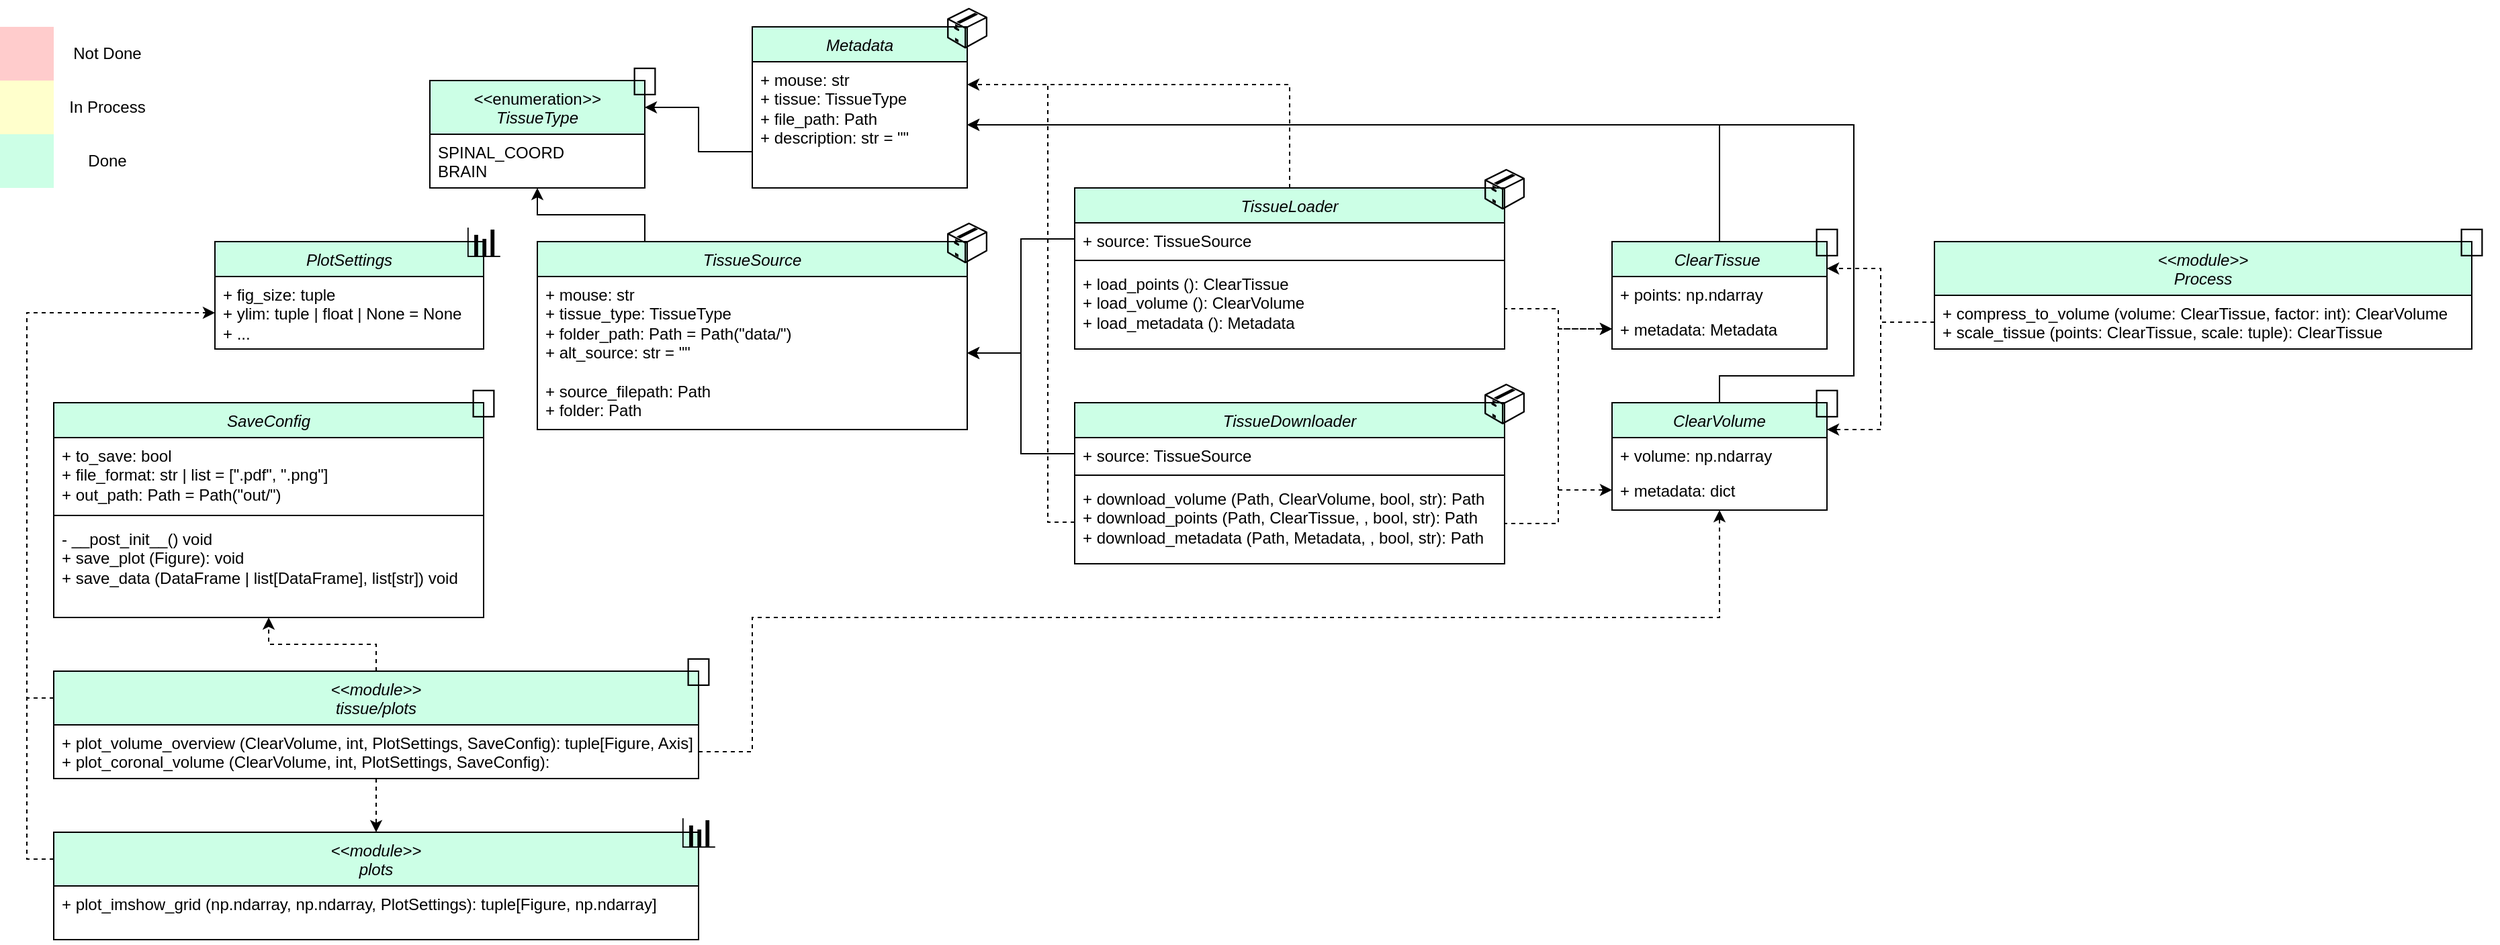
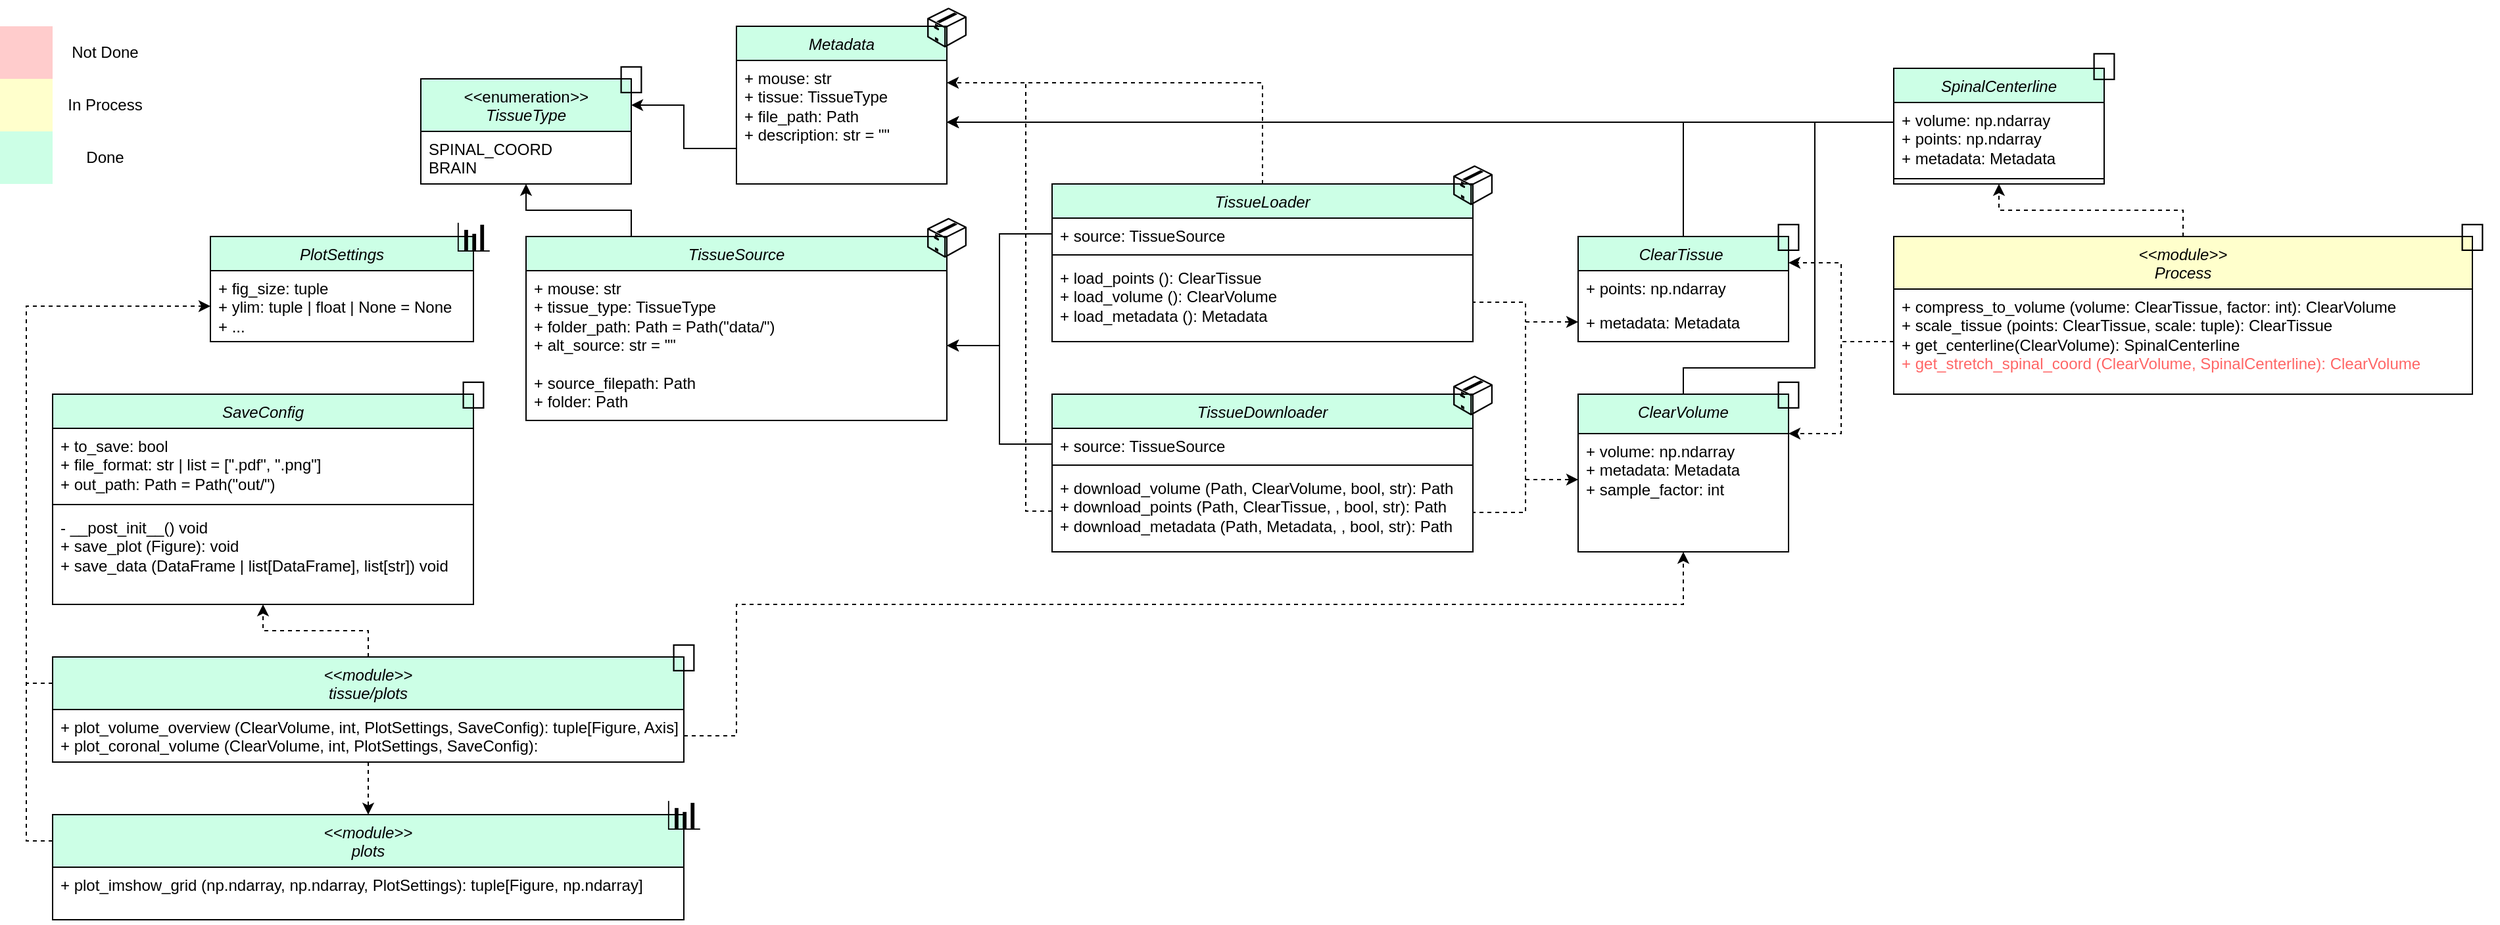
<mxfile host="Electron" agent="Mozilla/5.0 (Macintosh; Intel Mac OS X 10_15_7) AppleWebKit/537.36 (KHTML, like Gecko) draw.io/29.6.1 Chrome/142.0.7444.265 Electron/39.8.0 Safari/537.36" version="29.6.1">
  <diagram id="C5RBs43oDa-KdzZeNtuy" name="Page-1">
-     <mxGraphModel dx="3002" dy="1339" grid="1" gridSize="10" guides="1" tooltips="1" connect="1" arrows="1" fold="1" page="1" pageScale="1" pageWidth="827" pageHeight="1169" math="0" shadow="0">
+     <mxGraphModel dx="2893" dy="1272" grid="1" gridSize="10" guides="1" tooltips="1" connect="1" arrows="1" fold="1" page="1" pageScale="1" pageWidth="827" pageHeight="1169" background="#FFFFFF" math="0" shadow="0">
      <root>
        <mxCell id="WIyWlLk6GJQsqaUBKTNV-0" />
        <mxCell id="WIyWlLk6GJQsqaUBKTNV-1" parent="WIyWlLk6GJQsqaUBKTNV-0" />
+         <mxCell id="VM2PziwSYxVi0D9SSNG6-13" parent="WIyWlLk6GJQsqaUBKTNV-1" style="swimlane;fontStyle=1;align=center;verticalAlign=top;childLayout=stackLayout;horizontal=1;startSize=30;horizontalStack=0;resizeParent=1;resizeParentMax=0;resizeLast=0;collapsible=1;marginBottom=0;whiteSpace=wrap;html=1;fillColor=light-dark(#CCFFE6,#1F2F1E);" value="&lt;div&gt;&lt;span style=&quot;font-weight: 400;&quot;&gt;&lt;i&gt;ClearVolume&lt;/i&gt;&lt;/span&gt;&lt;/div&gt;" vertex="1">
+           <mxGeometry height="120" width="160" x="400" y="320" as="geometry" />
+         </mxCell>
+         <mxCell id="VM2PziwSYxVi0D9SSNG6-14" parent="VM2PziwSYxVi0D9SSNG6-13" style="text;strokeColor=none;fillColor=none;align=left;verticalAlign=top;spacingLeft=4;spacingRight=4;overflow=hidden;rotatable=0;points=[[0,0.5],[1,0.5]];portConstraint=eastwest;whiteSpace=wrap;html=1;" value="+ volume: np.ndarray&lt;div&gt;+ metadata: Metadata&lt;/div&gt;&lt;div&gt;&lt;font style=&quot;color: rgb(0, 0, 0);&quot;&gt;+ sample_factor: int&lt;/font&gt;&lt;/div&gt;" vertex="1">
+           <mxGeometry height="90" width="160" y="30" as="geometry" />
+         </mxCell>
        <mxCell id="9kSy1MCf90ZuvKtcXz_z-16" parent="WIyWlLk6GJQsqaUBKTNV-1" style="swimlane;fontStyle=1;align=center;verticalAlign=top;childLayout=stackLayout;horizontal=1;startSize=26;horizontalStack=0;resizeParent=1;resizeParentMax=0;resizeLast=0;collapsible=1;marginBottom=0;whiteSpace=wrap;html=1;fillColor=#CCFFE6;" value="&lt;i style=&quot;font-weight: normal;&quot;&gt;TissueDownloader&lt;/i&gt;" vertex="1">
          <mxGeometry height="120" width="320" y="320" as="geometry" />
        </mxCell>
        <mxCell id="9kSy1MCf90ZuvKtcXz_z-17" parent="9kSy1MCf90ZuvKtcXz_z-16" style="text;strokeColor=none;fillColor=none;align=left;verticalAlign=top;spacingLeft=4;spacingRight=4;overflow=hidden;rotatable=0;points=[[0,0.5],[1,0.5]];portConstraint=eastwest;whiteSpace=wrap;html=1;" value="+ source: TissueSource" vertex="1">
          <mxGeometry height="24" width="320" y="26" as="geometry" />
        </mxCell>
        <mxCell id="9kSy1MCf90ZuvKtcXz_z-18" parent="9kSy1MCf90ZuvKtcXz_z-16" style="line;strokeWidth=1;fillColor=none;align=left;verticalAlign=middle;spacingTop=-1;spacingLeft=3;spacingRight=3;rotatable=0;labelPosition=right;points=[];portConstraint=eastwest;strokeColor=inherit;" value="" vertex="1">
          <mxGeometry height="8" width="320" y="50" as="geometry" />
        </mxCell>
        <mxCell id="9kSy1MCf90ZuvKtcXz_z-59" edge="1" parent="9kSy1MCf90ZuvKtcXz_z-16" source="9kSy1MCf90ZuvKtcXz_z-19" style="edgeStyle=orthogonalEdgeStyle;rounded=0;orthogonalLoop=1;jettySize=auto;html=1;exitX=0;exitY=0.5;exitDx=0;exitDy=0;endArrow=none;endFill=0;dashed=1;">
          <mxGeometry relative="1" as="geometry">
            <mxPoint x="-20" y="-237" as="targetPoint" />
          </mxGeometry>
        </mxCell>
        <mxCell id="9kSy1MCf90ZuvKtcXz_z-19" parent="9kSy1MCf90ZuvKtcXz_z-16" style="text;strokeColor=none;fillColor=none;align=left;verticalAlign=top;spacingLeft=4;spacingRight=4;overflow=hidden;rotatable=0;points=[[0,0.5],[1,0.5]];portConstraint=eastwest;whiteSpace=wrap;html=1;" value="&lt;div&gt;&lt;span style=&quot;background-color: transparent; color: light-dark(rgb(0, 0, 0), rgb(255, 255, 255));&quot;&gt;+ download_volume (Path, ClearVolume, bool, str): Path&lt;/span&gt;&lt;/div&gt;&lt;div&gt;+ download_points (Path, ClearTissue,&amp;nbsp;&lt;span style=&quot;background-color: transparent; color: light-dark(rgb(0, 0, 0), rgb(255, 255, 255));&quot;&gt;, bool, str&lt;/span&gt;&lt;span style=&quot;background-color: transparent; color: light-dark(rgb(0, 0, 0), rgb(255, 255, 255));&quot;&gt;): Path&lt;/span&gt;&lt;/div&gt;&lt;div&gt;+ download_metadata (Path, Metadata,&amp;nbsp;&lt;span style=&quot;color: light-dark(rgb(0, 0, 0), rgb(255, 255, 255)); background-color: transparent;&quot;&gt;, bool, str&lt;/span&gt;&lt;span style=&quot;color: light-dark(rgb(0, 0, 0), rgb(255, 255, 255)); background-color: transparent;&quot;&gt;): Path&lt;/span&gt;&lt;span style=&quot;background-color: transparent; color: light-dark(rgb(0, 0, 0), rgb(255, 255, 255));&quot;&gt;&lt;/span&gt;&lt;/div&gt;" vertex="1">
          <mxGeometry height="62" width="320" y="58" as="geometry" />
        </mxCell>
        <mxCell id="9kSy1MCf90ZuvKtcXz_z-25" edge="1" parent="WIyWlLk6GJQsqaUBKTNV-1" source="9kSy1MCf90ZuvKtcXz_z-7" style="edgeStyle=orthogonalEdgeStyle;rounded=0;orthogonalLoop=1;jettySize=auto;html=1;exitX=0;exitY=0.25;exitDx=0;exitDy=0;entryX=0;entryY=0.5;entryDx=0;entryDy=0;dashed=1;" target="KJ-KwieZcmjA-HbrrtZJ-34">
          <mxGeometry relative="1" as="geometry" />
        </mxCell>
        <mxCell id="9kSy1MCf90ZuvKtcXz_z-7" parent="WIyWlLk6GJQsqaUBKTNV-1" style="swimlane;fontStyle=1;align=center;verticalAlign=top;childLayout=stackLayout;horizontal=1;startSize=40;horizontalStack=0;resizeParent=1;resizeParentMax=0;resizeLast=0;collapsible=1;marginBottom=0;whiteSpace=wrap;html=1;fillColor=#CCFFE6;" value="&lt;div&gt;&lt;i style=&quot;font-weight: normal;&quot;&gt;&amp;lt;&amp;lt;module&amp;gt;&amp;gt;&lt;/i&gt;&lt;i style=&quot;font-weight: normal;&quot;&gt;&lt;/i&gt;&lt;/div&gt;&lt;i style=&quot;font-weight: normal;&quot;&gt;plots&lt;/i&gt;" vertex="1">
          <mxGeometry height="80" width="480" x="-760" y="640" as="geometry" />
        </mxCell>
        <mxCell id="9kSy1MCf90ZuvKtcXz_z-8" parent="9kSy1MCf90ZuvKtcXz_z-7" style="text;strokeColor=none;fillColor=none;align=left;verticalAlign=top;spacingLeft=4;spacingRight=4;overflow=hidden;rotatable=0;points=[[0,0.5],[1,0.5]];portConstraint=eastwest;whiteSpace=wrap;html=1;" value="+ plot_imshow_grid (np.ndarray, np.ndarray, PlotSettings): tuple[Figure, np.ndarray]" vertex="1">
          <mxGeometry height="40" width="480" y="40" as="geometry" />
        </mxCell>
        <mxCell id="9kSy1MCf90ZuvKtcXz_z-2" parent="WIyWlLk6GJQsqaUBKTNV-1" style="swimlane;fontStyle=1;align=center;verticalAlign=top;childLayout=stackLayout;horizontal=1;startSize=26;horizontalStack=0;resizeParent=1;resizeParentMax=0;resizeLast=0;collapsible=1;marginBottom=0;whiteSpace=wrap;html=1;fillColor=#CCFFE6;" value="&lt;i style=&quot;font-weight: normal;&quot;&gt;SaveConfig&lt;/i&gt;" vertex="1">
          <mxGeometry height="160" width="320" x="-760" y="320" as="geometry" />
        </mxCell>
        <mxCell id="9kSy1MCf90ZuvKtcXz_z-3" parent="9kSy1MCf90ZuvKtcXz_z-2" style="text;strokeColor=none;fillColor=none;align=left;verticalAlign=top;spacingLeft=4;spacingRight=4;overflow=hidden;rotatable=0;points=[[0,0.5],[1,0.5]];portConstraint=eastwest;whiteSpace=wrap;html=1;" value="+ to_save&lt;span style=&quot;color: light-dark(rgb(0, 0, 0), rgb(255, 255, 255)); background-color: transparent;&quot;&gt;: bool&lt;/span&gt;&lt;div&gt;+ file_format: str | list = [&quot;.pdf&quot;, &quot;.png&quot;]&lt;/div&gt;&lt;div&gt;+ out_path: Path = Path(&quot;out/&quot;)&lt;/div&gt;" vertex="1">
          <mxGeometry height="54" width="320" y="26" as="geometry" />
        </mxCell>
        <mxCell id="9kSy1MCf90ZuvKtcXz_z-4" parent="9kSy1MCf90ZuvKtcXz_z-2" style="line;strokeWidth=1;fillColor=none;align=left;verticalAlign=middle;spacingTop=-1;spacingLeft=3;spacingRight=3;rotatable=0;labelPosition=right;points=[];portConstraint=eastwest;strokeColor=inherit;" value="" vertex="1">
          <mxGeometry height="8" width="320" y="80" as="geometry" />
        </mxCell>
        <mxCell id="9kSy1MCf90ZuvKtcXz_z-5" parent="9kSy1MCf90ZuvKtcXz_z-2" style="text;strokeColor=none;fillColor=none;align=left;verticalAlign=top;spacingLeft=4;spacingRight=4;overflow=hidden;rotatable=0;points=[[0,0.5],[1,0.5]];portConstraint=eastwest;whiteSpace=wrap;html=1;" value="&lt;div&gt;- __post_init__() void&lt;/div&gt;+ save_plot (Figure): void&lt;div&gt;+ save_data (DataFrame | list[DataFrame], list[str]) void&lt;/div&gt;" vertex="1">
          <mxGeometry height="72" width="320" y="88" as="geometry" />
        </mxCell>
        <mxCell id="9kSy1MCf90ZuvKtcXz_z-50" edge="1" parent="WIyWlLk6GJQsqaUBKTNV-1" source="zkfFHV4jXpPFQw0GAbJ--0" style="edgeStyle=orthogonalEdgeStyle;rounded=0;orthogonalLoop=1;jettySize=auto;html=1;exitX=0.5;exitY=0;exitDx=0;exitDy=0;entryX=1;entryY=0.5;entryDx=0;entryDy=0;" target="KJ-KwieZcmjA-HbrrtZJ-59">
          <mxGeometry relative="1" as="geometry" />
        </mxCell>
        <mxCell id="zkfFHV4jXpPFQw0GAbJ--0" parent="WIyWlLk6GJQsqaUBKTNV-1" style="swimlane;fontStyle=2;align=center;verticalAlign=top;childLayout=stackLayout;horizontal=1;startSize=26;horizontalStack=0;resizeParent=1;resizeLast=0;collapsible=1;marginBottom=0;rounded=0;shadow=0;strokeWidth=1;fillColor=#CCFFE6;" value="ClearTissue " vertex="1">
          <mxGeometry height="80" width="160" x="400" y="200" as="geometry">
            <mxRectangle height="26" width="160" x="360" y="40" as="alternateBounds" />
          </mxGeometry>
        </mxCell>
        <mxCell id="zkfFHV4jXpPFQw0GAbJ--1" parent="zkfFHV4jXpPFQw0GAbJ--0" style="text;align=left;verticalAlign=top;spacingLeft=4;spacingRight=4;overflow=hidden;rotatable=0;points=[[0,0.5],[1,0.5]];portConstraint=eastwest;" value="+ points: np.ndarray" vertex="1">
          <mxGeometry height="26" width="160" y="26" as="geometry" />
        </mxCell>
        <mxCell id="zkfFHV4jXpPFQw0GAbJ--2" parent="zkfFHV4jXpPFQw0GAbJ--0" style="text;align=left;verticalAlign=top;spacingLeft=4;spacingRight=4;overflow=hidden;rotatable=0;points=[[0,0.5],[1,0.5]];portConstraint=eastwest;rounded=0;shadow=0;html=0;" value="+ metadata: Metadata" vertex="1">
          <mxGeometry height="26" width="160" y="52" as="geometry" />
        </mxCell>
        <mxCell id="9kSy1MCf90ZuvKtcXz_z-58" edge="1" parent="WIyWlLk6GJQsqaUBKTNV-1" source="KJ-KwieZcmjA-HbrrtZJ-0" style="edgeStyle=orthogonalEdgeStyle;rounded=0;orthogonalLoop=1;jettySize=auto;html=1;exitX=0.5;exitY=0;exitDx=0;exitDy=0;entryX=1;entryY=0.5;entryDx=0;entryDy=0;dashed=1;">
          <mxGeometry relative="1" as="geometry">
            <Array as="points">
              <mxPoint x="160" y="83" />
            </Array>
            <mxPoint x="160" y="130" as="sourcePoint" />
            <mxPoint x="-80" y="83" as="targetPoint" />
          </mxGeometry>
        </mxCell>
        <mxCell id="KJ-KwieZcmjA-HbrrtZJ-0" parent="WIyWlLk6GJQsqaUBKTNV-1" style="swimlane;fontStyle=1;align=center;verticalAlign=top;childLayout=stackLayout;horizontal=1;startSize=26;horizontalStack=0;resizeParent=1;resizeParentMax=0;resizeLast=0;collapsible=1;marginBottom=0;whiteSpace=wrap;html=1;fillColor=#CCFFE6;" value="&lt;i style=&quot;font-weight: normal;&quot;&gt;TissueLoader&lt;/i&gt;" vertex="1">
          <mxGeometry height="120" width="320" y="160" as="geometry" />
        </mxCell>
        <mxCell id="KJ-KwieZcmjA-HbrrtZJ-1" parent="KJ-KwieZcmjA-HbrrtZJ-0" style="text;strokeColor=none;fillColor=none;align=left;verticalAlign=top;spacingLeft=4;spacingRight=4;overflow=hidden;rotatable=0;points=[[0,0.5],[1,0.5]];portConstraint=eastwest;whiteSpace=wrap;html=1;" value="&lt;div&gt;+ source: TissueSource&lt;/div&gt;" vertex="1">
          <mxGeometry height="24" width="320" y="26" as="geometry" />
        </mxCell>
        <mxCell id="KJ-KwieZcmjA-HbrrtZJ-2" parent="KJ-KwieZcmjA-HbrrtZJ-0" style="line;strokeWidth=1;fillColor=none;align=left;verticalAlign=middle;spacingTop=-1;spacingLeft=3;spacingRight=3;rotatable=0;labelPosition=right;points=[];portConstraint=eastwest;strokeColor=inherit;" value="" vertex="1">
          <mxGeometry height="8" width="320" y="50" as="geometry" />
        </mxCell>
        <mxCell id="KJ-KwieZcmjA-HbrrtZJ-3" parent="KJ-KwieZcmjA-HbrrtZJ-0" style="text;strokeColor=none;fillColor=none;align=left;verticalAlign=top;spacingLeft=4;spacingRight=4;overflow=hidden;rotatable=0;points=[[0,0.5],[1,0.5]];portConstraint=eastwest;whiteSpace=wrap;html=1;" value="&lt;div&gt;&lt;span style=&quot;background-color: transparent; color: light-dark(rgb(0, 0, 0), rgb(255, 255, 255));&quot;&gt;+ load_points (): ClearTissue&lt;/span&gt;&lt;/div&gt;&lt;div&gt;&lt;span style=&quot;background-color: transparent;&quot;&gt;&lt;font style=&quot;color: light-dark(rgb(0, 0, 0), rgb(255, 255, 255));&quot;&gt;+ load_volume (): ClearVolume&lt;/font&gt;&lt;/span&gt;&lt;/div&gt;&lt;div&gt;&lt;span style=&quot;background-color: transparent;&quot;&gt;&lt;font style=&quot;color: light-dark(rgb(0, 0, 0), rgb(255, 255, 255));&quot;&gt;+ load_metadata (): Metadata&lt;/font&gt;&lt;/span&gt;&lt;/div&gt;" vertex="1">
          <mxGeometry height="62" width="320" y="58" as="geometry" />
        </mxCell>
-         <mxCell id="9kSy1MCf90ZuvKtcXz_z-61" edge="1" parent="WIyWlLk6GJQsqaUBKTNV-1" source="KJ-KwieZcmjA-HbrrtZJ-16" style="edgeStyle=orthogonalEdgeStyle;rounded=0;orthogonalLoop=1;jettySize=auto;html=1;exitX=0.5;exitY=0;exitDx=0;exitDy=0;entryX=1;entryY=0.5;entryDx=0;entryDy=0;" target="KJ-KwieZcmjA-HbrrtZJ-59">
+         <mxCell id="9kSy1MCf90ZuvKtcXz_z-61" edge="1" parent="WIyWlLk6GJQsqaUBKTNV-1" style="edgeStyle=orthogonalEdgeStyle;rounded=0;orthogonalLoop=1;jettySize=auto;html=1;exitX=0.5;exitY=0;exitDx=0;exitDy=0;entryX=1;entryY=0.5;entryDx=0;entryDy=0;" target="KJ-KwieZcmjA-HbrrtZJ-59">
          <mxGeometry relative="1" as="geometry">
            <Array as="points">
              <mxPoint x="480" y="300" />
              <mxPoint x="580" y="300" />
              <mxPoint x="580" y="113" />
            </Array>
-           </mxGeometry>
-         </mxCell>
-         <mxCell id="KJ-KwieZcmjA-HbrrtZJ-16" parent="WIyWlLk6GJQsqaUBKTNV-1" style="swimlane;fontStyle=2;align=center;verticalAlign=top;childLayout=stackLayout;horizontal=1;startSize=26;horizontalStack=0;resizeParent=1;resizeLast=0;collapsible=1;marginBottom=0;rounded=0;shadow=0;strokeWidth=1;fillColor=light-dark(#ccffe6, #1f2f1e);" value="ClearVolume" vertex="1">
-           <mxGeometry height="80" width="160" x="400" y="320" as="geometry">
-             <mxRectangle height="26" width="160" x="360" y="40" as="alternateBounds" />
-           </mxGeometry>
-         </mxCell>
-         <mxCell id="KJ-KwieZcmjA-HbrrtZJ-17" parent="KJ-KwieZcmjA-HbrrtZJ-16" style="text;align=left;verticalAlign=top;spacingLeft=4;spacingRight=4;overflow=hidden;rotatable=0;points=[[0,0.5],[1,0.5]];portConstraint=eastwest;" value="+ volume: np.ndarray" vertex="1">
-           <mxGeometry height="26" width="160" y="26" as="geometry" />
-         </mxCell>
-         <mxCell id="KJ-KwieZcmjA-HbrrtZJ-18" parent="KJ-KwieZcmjA-HbrrtZJ-16" style="text;align=left;verticalAlign=top;spacingLeft=4;spacingRight=4;overflow=hidden;rotatable=0;points=[[0,0.5],[1,0.5]];portConstraint=eastwest;rounded=0;shadow=0;html=0;" value="+ metadata: dict" vertex="1">
-           <mxGeometry height="26" width="160" y="52" as="geometry" />
-         </mxCell>
-         <mxCell id="KJ-KwieZcmjA-HbrrtZJ-23" parent="WIyWlLk6GJQsqaUBKTNV-1" style="swimlane;fontStyle=1;align=center;verticalAlign=top;childLayout=stackLayout;horizontal=1;startSize=40;horizontalStack=0;resizeParent=1;resizeParentMax=0;resizeLast=0;collapsible=1;marginBottom=0;whiteSpace=wrap;html=1;fillColor=light-dark(#ccffe6, #1f2f1e);" value="&lt;div&gt;&lt;i style=&quot;font-weight: normal;&quot;&gt;&amp;lt;&amp;lt;module&amp;gt;&amp;gt;&lt;/i&gt;&lt;/div&gt;&lt;i style=&quot;font-weight: normal;&quot;&gt;Process&lt;/i&gt;" vertex="1">
-           <mxGeometry height="80" width="400" x="640" y="200" as="geometry" />
-         </mxCell>
-         <mxCell id="KJ-KwieZcmjA-HbrrtZJ-26" parent="KJ-KwieZcmjA-HbrrtZJ-23" style="text;strokeColor=none;fillColor=none;align=left;verticalAlign=top;spacingLeft=4;spacingRight=4;overflow=hidden;rotatable=0;points=[[0,0.5],[1,0.5]];portConstraint=eastwest;whiteSpace=wrap;html=1;" value="+ compress_to_volume (volume: ClearTissue, factor: int): ClearVolume&lt;div&gt;+ scale_tissue (points: ClearTissue, scale: tuple): ClearTissue&lt;/div&gt;" vertex="1">
-           <mxGeometry height="40" width="400" y="40" as="geometry" />
+             <mxPoint x="480" y="320" as="sourcePoint" />
+           </mxGeometry>
+         </mxCell>
+         <mxCell id="VM2PziwSYxVi0D9SSNG6-10" edge="1" parent="WIyWlLk6GJQsqaUBKTNV-1" source="KJ-KwieZcmjA-HbrrtZJ-23" style="edgeStyle=orthogonalEdgeStyle;rounded=0;orthogonalLoop=1;jettySize=auto;html=1;exitX=0.5;exitY=0;exitDx=0;exitDy=0;entryX=0.5;entryY=1;entryDx=0;entryDy=0;dashed=1;" target="VM2PziwSYxVi0D9SSNG6-5">
+           <mxGeometry relative="1" as="geometry" />
+         </mxCell>
+         <mxCell id="KJ-KwieZcmjA-HbrrtZJ-23" parent="WIyWlLk6GJQsqaUBKTNV-1" style="swimlane;fontStyle=1;align=center;verticalAlign=top;childLayout=stackLayout;horizontal=1;startSize=40;horizontalStack=0;resizeParent=1;resizeParentMax=0;resizeLast=0;collapsible=1;marginBottom=0;whiteSpace=wrap;html=1;fillColor=light-dark(#FFFFCC,#1F2F1E);" value="&lt;div&gt;&lt;i style=&quot;font-weight: normal;&quot;&gt;&amp;lt;&amp;lt;module&amp;gt;&amp;gt;&lt;/i&gt;&lt;/div&gt;&lt;i style=&quot;font-weight: normal;&quot;&gt;Process&lt;/i&gt;" vertex="1">
+           <mxGeometry height="120" width="440" x="640" y="200" as="geometry" />
+         </mxCell>
+         <mxCell id="KJ-KwieZcmjA-HbrrtZJ-26" parent="KJ-KwieZcmjA-HbrrtZJ-23" style="text;strokeColor=none;fillColor=none;align=left;verticalAlign=top;spacingLeft=4;spacingRight=4;overflow=hidden;rotatable=0;points=[[0,0.5],[1,0.5]];portConstraint=eastwest;whiteSpace=wrap;html=1;" value="+ compress_to_volume (volume: ClearTissue, factor: int): ClearVolume&lt;div&gt;+ scale_tissue (points: ClearTissue, scale: tuple): ClearTissue&lt;/div&gt;&lt;div&gt;&lt;font style=&quot;color: rgb(0, 0, 0);&quot;&gt;+ get_centerline(ClearVolume):&amp;nbsp;&lt;span style=&quot;background-color: transparent; text-align: center;&quot;&gt;SpinalCenterline&lt;/span&gt;&lt;/font&gt;&lt;/div&gt;&lt;div&gt;&lt;font style=&quot;color: rgb(255, 102, 102);&quot;&gt;&lt;span style=&quot;background-color: transparent; text-align: center;&quot;&gt;+ get_stretch_spinal_coord (ClearVolume, SpinalCenterline): ClearVolume&lt;/span&gt;&lt;/font&gt;&lt;/div&gt;" vertex="1">
+           <mxGeometry height="80" width="440" y="40" as="geometry" />
        </mxCell>
        <mxCell id="KJ-KwieZcmjA-HbrrtZJ-27" edge="1" parent="WIyWlLk6GJQsqaUBKTNV-1" source="KJ-KwieZcmjA-HbrrtZJ-26" style="edgeStyle=orthogonalEdgeStyle;rounded=0;orthogonalLoop=1;jettySize=auto;html=1;exitX=0;exitY=0.5;exitDx=0;exitDy=0;entryX=1;entryY=0.25;entryDx=0;entryDy=0;dashed=1;" target="zkfFHV4jXpPFQw0GAbJ--0">
          <mxGeometry relative="1" as="geometry" />
        </mxCell>
-         <mxCell id="KJ-KwieZcmjA-HbrrtZJ-28" edge="1" parent="WIyWlLk6GJQsqaUBKTNV-1" source="KJ-KwieZcmjA-HbrrtZJ-26" style="edgeStyle=orthogonalEdgeStyle;rounded=0;orthogonalLoop=1;jettySize=auto;html=1;exitX=0;exitY=0.5;exitDx=0;exitDy=0;entryX=1;entryY=0.25;entryDx=0;entryDy=0;dashed=1;" target="KJ-KwieZcmjA-HbrrtZJ-16">
-           <mxGeometry relative="1" as="geometry" />
+         <mxCell id="KJ-KwieZcmjA-HbrrtZJ-28" edge="1" parent="WIyWlLk6GJQsqaUBKTNV-1" source="KJ-KwieZcmjA-HbrrtZJ-26" style="edgeStyle=orthogonalEdgeStyle;rounded=0;orthogonalLoop=1;jettySize=auto;html=1;exitX=0;exitY=0.5;exitDx=0;exitDy=0;entryX=1;entryY=0.25;entryDx=0;entryDy=0;dashed=1;" target="VM2PziwSYxVi0D9SSNG6-13">
+           <mxGeometry relative="1" as="geometry">
+             <mxPoint x="560" y="340" as="targetPoint" />
+           </mxGeometry>
        </mxCell>
        <mxCell id="9kSy1MCf90ZuvKtcXz_z-9" edge="1" parent="WIyWlLk6GJQsqaUBKTNV-1" source="KJ-KwieZcmjA-HbrrtZJ-29" style="edgeStyle=orthogonalEdgeStyle;rounded=0;orthogonalLoop=1;jettySize=auto;html=1;exitX=0.5;exitY=1;exitDx=0;exitDy=0;entryX=0.5;entryY=0;entryDx=0;entryDy=0;dashed=1;" target="9kSy1MCf90ZuvKtcXz_z-7">
          <mxGeometry relative="1" as="geometry" />
        </mxCell>
        <mxCell id="9kSy1MCf90ZuvKtcXz_z-29" edge="1" parent="WIyWlLk6GJQsqaUBKTNV-1" source="KJ-KwieZcmjA-HbrrtZJ-29" style="edgeStyle=orthogonalEdgeStyle;rounded=0;orthogonalLoop=1;jettySize=auto;html=1;exitX=0;exitY=0.25;exitDx=0;exitDy=0;dashed=1;endArrow=none;endFill=0;">
          <mxGeometry relative="1" as="geometry">
            <mxPoint x="-780" y="540" as="targetPoint" />
          </mxGeometry>
        </mxCell>
        <mxCell id="9kSy1MCf90ZuvKtcXz_z-30" edge="1" parent="WIyWlLk6GJQsqaUBKTNV-1" source="KJ-KwieZcmjA-HbrrtZJ-29" style="edgeStyle=orthogonalEdgeStyle;rounded=0;orthogonalLoop=1;jettySize=auto;html=1;exitX=0.5;exitY=0;exitDx=0;exitDy=0;dashed=1;" target="9kSy1MCf90ZuvKtcXz_z-2">
          <mxGeometry relative="1" as="geometry" />
        </mxCell>
        <mxCell id="KJ-KwieZcmjA-HbrrtZJ-29" parent="WIyWlLk6GJQsqaUBKTNV-1" style="swimlane;fontStyle=1;align=center;verticalAlign=top;childLayout=stackLayout;horizontal=1;startSize=40;horizontalStack=0;resizeParent=1;resizeParentMax=0;resizeLast=0;collapsible=1;marginBottom=0;whiteSpace=wrap;html=1;fillColor=#CCFFE6;" value="&lt;div&gt;&lt;i style=&quot;font-weight: normal;&quot;&gt;&amp;lt;&amp;lt;module&amp;gt;&amp;gt;&lt;/i&gt;&lt;i style=&quot;font-weight: normal;&quot;&gt;&lt;/i&gt;&lt;/div&gt;&lt;i style=&quot;font-weight: normal;&quot;&gt;tissue/plots&lt;/i&gt;" vertex="1">
          <mxGeometry height="80" width="480" x="-760" y="520" as="geometry" />
        </mxCell>
        <mxCell id="KJ-KwieZcmjA-HbrrtZJ-32" parent="KJ-KwieZcmjA-HbrrtZJ-29" style="text;strokeColor=none;fillColor=none;align=left;verticalAlign=top;spacingLeft=4;spacingRight=4;overflow=hidden;rotatable=0;points=[[0,0.5],[1,0.5]];portConstraint=eastwest;whiteSpace=wrap;html=1;" value="+ plot_volume_overview (ClearVolume, int, PlotSettings, SaveConfig): tuple[Figure, Axis]&lt;div&gt;+ plot_coronal_volume&amp;nbsp;&lt;span style=&quot;background-color: transparent; color: light-dark(rgb(0, 0, 0), rgb(255, 255, 255));&quot;&gt;(ClearVolume, int,&amp;nbsp;&lt;/span&gt;PlotSettings&lt;span style=&quot;background-color: transparent; color: light-dark(rgb(0, 0, 0), rgb(255, 255, 255));&quot;&gt;, SaveConfig):&lt;/span&gt;&lt;/div&gt;" vertex="1">
          <mxGeometry height="40" width="480" y="40" as="geometry" />
        </mxCell>
        <mxCell id="KJ-KwieZcmjA-HbrrtZJ-33" parent="WIyWlLk6GJQsqaUBKTNV-1" style="swimlane;fontStyle=1;align=center;verticalAlign=top;childLayout=stackLayout;horizontal=1;startSize=26;horizontalStack=0;resizeParent=1;resizeParentMax=0;resizeLast=0;collapsible=1;marginBottom=0;whiteSpace=wrap;html=1;fillColor=#CCFFE6;" value="&lt;span style=&quot;font-weight: 400; text-align: left;&quot;&gt;&lt;i&gt;PlotSettings&lt;/i&gt;&lt;/span&gt;" vertex="1">
          <mxGeometry height="80" width="200" x="-640" y="200" as="geometry" />
        </mxCell>
        <mxCell id="KJ-KwieZcmjA-HbrrtZJ-34" parent="KJ-KwieZcmjA-HbrrtZJ-33" style="text;strokeColor=none;fillColor=none;align=left;verticalAlign=top;spacingLeft=4;spacingRight=4;overflow=hidden;rotatable=0;points=[[0,0.5],[1,0.5]];portConstraint=eastwest;whiteSpace=wrap;html=1;" value="+ fig_size: tuple&lt;div&gt;+ ylim: tuple | float | None = None&lt;/div&gt;&lt;div&gt;+ ...&lt;/div&gt;" vertex="1">
          <mxGeometry height="54" width="200" y="26" as="geometry" />
        </mxCell>
        <mxCell id="KJ-KwieZcmjA-HbrrtZJ-43" parent="WIyWlLk6GJQsqaUBKTNV-1" style="rounded=0;whiteSpace=wrap;html=1;strokeColor=none;fillColor=#CCFFE6;" value="" vertex="1">
          <mxGeometry height="40" width="40" x="-800" y="120" as="geometry" />
        </mxCell>
        <mxCell id="KJ-KwieZcmjA-HbrrtZJ-44" parent="WIyWlLk6GJQsqaUBKTNV-1" style="rounded=0;whiteSpace=wrap;html=1;strokeColor=none;fillColor=#FFFFCC;" value="" vertex="1">
          <mxGeometry height="40" width="40" x="-800" y="80" as="geometry" />
        </mxCell>
        <mxCell id="KJ-KwieZcmjA-HbrrtZJ-45" parent="WIyWlLk6GJQsqaUBKTNV-1" style="rounded=0;whiteSpace=wrap;html=1;strokeColor=none;fillColor=#FFCCCC;" value="" vertex="1">
          <mxGeometry height="40" width="40" x="-800" y="40" as="geometry" />
        </mxCell>
        <mxCell id="KJ-KwieZcmjA-HbrrtZJ-46" parent="WIyWlLk6GJQsqaUBKTNV-1" style="text;html=1;whiteSpace=wrap;strokeColor=none;fillColor=none;align=center;verticalAlign=middle;rounded=0;" value="Not Done" vertex="1">
          <mxGeometry height="40" width="80" x="-760" y="40" as="geometry" />
        </mxCell>
        <mxCell id="KJ-KwieZcmjA-HbrrtZJ-47" parent="WIyWlLk6GJQsqaUBKTNV-1" style="text;html=1;whiteSpace=wrap;strokeColor=none;fillColor=none;align=center;verticalAlign=middle;rounded=0;" value="In Process" vertex="1">
          <mxGeometry height="40" width="80" x="-760" y="80" as="geometry" />
        </mxCell>
        <mxCell id="KJ-KwieZcmjA-HbrrtZJ-48" parent="WIyWlLk6GJQsqaUBKTNV-1" style="text;html=1;whiteSpace=wrap;strokeColor=none;fillColor=none;align=center;verticalAlign=middle;rounded=0;" value="Done" vertex="1">
          <mxGeometry height="40" width="80" x="-760" y="120" as="geometry" />
        </mxCell>
        <mxCell id="KJ-KwieZcmjA-HbrrtZJ-51" parent="WIyWlLk6GJQsqaUBKTNV-1" style="text;html=1;whiteSpace=wrap;strokeColor=none;fillColor=none;align=center;verticalAlign=middle;rounded=0;fontSize=30;" value="📦" vertex="1">
          <mxGeometry height="40" width="40" x="300" y="140" as="geometry" />
        </mxCell>
        <mxCell id="KJ-KwieZcmjA-HbrrtZJ-52" parent="WIyWlLk6GJQsqaUBKTNV-1" style="text;html=1;whiteSpace=wrap;strokeColor=none;fillColor=none;align=center;verticalAlign=middle;rounded=0;fontSize=30;" value="🧪" vertex="1">
          <mxGeometry height="40" width="40" x="540" y="180" as="geometry" />
        </mxCell>
        <mxCell id="KJ-KwieZcmjA-HbrrtZJ-53" parent="WIyWlLk6GJQsqaUBKTNV-1" style="text;html=1;whiteSpace=wrap;strokeColor=none;fillColor=none;align=center;verticalAlign=middle;rounded=0;fontSize=30;" value="🧪" vertex="1">
          <mxGeometry height="40" width="40" x="540" y="300" as="geometry" />
        </mxCell>
        <mxCell id="KJ-KwieZcmjA-HbrrtZJ-54" parent="WIyWlLk6GJQsqaUBKTNV-1" style="text;html=1;whiteSpace=wrap;strokeColor=none;fillColor=none;align=center;verticalAlign=middle;rounded=0;fontSize=30;" value="📊" vertex="1">
          <mxGeometry height="40" width="40" x="-300" y="620" as="geometry" />
        </mxCell>
        <mxCell id="KJ-KwieZcmjA-HbrrtZJ-55" parent="WIyWlLk6GJQsqaUBKTNV-1" style="text;html=1;whiteSpace=wrap;strokeColor=none;fillColor=none;align=center;verticalAlign=middle;rounded=0;fontSize=30;" value="📊" vertex="1">
          <mxGeometry height="40" width="40" x="-460" y="180" as="geometry" />
        </mxCell>
        <mxCell id="KJ-KwieZcmjA-HbrrtZJ-56" parent="WIyWlLk6GJQsqaUBKTNV-1" style="text;html=1;whiteSpace=wrap;strokeColor=none;fillColor=none;align=center;verticalAlign=middle;rounded=0;fontSize=30;" value="💾" vertex="1">
          <mxGeometry height="40" width="40" x="-460" y="300" as="geometry" />
        </mxCell>
        <mxCell id="KJ-KwieZcmjA-HbrrtZJ-57" parent="WIyWlLk6GJQsqaUBKTNV-1" style="text;html=1;whiteSpace=wrap;strokeColor=none;fillColor=none;align=center;verticalAlign=middle;rounded=0;fontSize=30;" value="🍔" vertex="1">
-           <mxGeometry height="40" width="40" x="1020" y="180" as="geometry" />
+           <mxGeometry height="40" width="40" x="1060" y="180" as="geometry" />
        </mxCell>
        <mxCell id="KJ-KwieZcmjA-HbrrtZJ-58" parent="WIyWlLk6GJQsqaUBKTNV-1" style="swimlane;fontStyle=1;align=center;verticalAlign=top;childLayout=stackLayout;horizontal=1;startSize=26;horizontalStack=0;resizeParent=1;resizeParentMax=0;resizeLast=0;collapsible=1;marginBottom=0;whiteSpace=wrap;html=1;fillColor=#CCFFE6;" value="&lt;i style=&quot;font-weight: normal;&quot;&gt;Metadata&lt;/i&gt;" vertex="1">
          <mxGeometry height="120" width="160" x="-240" y="40" as="geometry" />
        </mxCell>
        <mxCell id="KJ-KwieZcmjA-HbrrtZJ-59" parent="KJ-KwieZcmjA-HbrrtZJ-58" style="text;strokeColor=none;fillColor=none;align=left;verticalAlign=top;spacingLeft=4;spacingRight=4;overflow=hidden;rotatable=0;points=[[0,0.5],[1,0.5]];portConstraint=eastwest;whiteSpace=wrap;html=1;" value="+ mouse: str&lt;div&gt;+ tissue: TissueType&lt;/div&gt;&lt;div&gt;+ file_path: Path&lt;/div&gt;&lt;div&gt;+ description: str = &quot;&quot;&lt;/div&gt;" vertex="1">
          <mxGeometry height="94" width="160" y="26" as="geometry" />
        </mxCell>
        <mxCell id="KJ-KwieZcmjA-HbrrtZJ-65" edge="1" parent="WIyWlLk6GJQsqaUBKTNV-1" source="KJ-KwieZcmjA-HbrrtZJ-59" style="edgeStyle=orthogonalEdgeStyle;rounded=0;orthogonalLoop=1;jettySize=auto;html=1;entryX=1;entryY=0.25;entryDx=0;entryDy=0;" target="KJ-KwieZcmjA-HbrrtZJ-62" value="">
          <mxGeometry relative="1" as="geometry">
            <Array as="points">
              <mxPoint x="-280" y="133" />
              <mxPoint x="-280" y="100" />
            </Array>
          </mxGeometry>
        </mxCell>
        <mxCell id="9kSy1MCf90ZuvKtcXz_z-6" parent="WIyWlLk6GJQsqaUBKTNV-1" style="text;html=1;whiteSpace=wrap;strokeColor=none;fillColor=none;align=center;verticalAlign=middle;rounded=0;fontSize=30;" value="🧪" vertex="1">
          <mxGeometry height="40" width="40" x="-300" y="500" as="geometry" />
        </mxCell>
        <mxCell id="9kSy1MCf90ZuvKtcXz_z-15" parent="WIyWlLk6GJQsqaUBKTNV-1" style="text;html=1;whiteSpace=wrap;strokeColor=none;fillColor=none;align=center;verticalAlign=middle;rounded=0;fontSize=30;" value="📦" vertex="1">
          <mxGeometry height="40" width="40" x="300" y="300" as="geometry" />
        </mxCell>
        <mxCell id="KJ-KwieZcmjA-HbrrtZJ-62" parent="WIyWlLk6GJQsqaUBKTNV-1" style="swimlane;fontStyle=1;align=center;verticalAlign=top;childLayout=stackLayout;horizontal=1;startSize=40;horizontalStack=0;resizeParent=1;resizeParentMax=0;resizeLast=0;collapsible=1;marginBottom=0;whiteSpace=wrap;html=1;fillColor=#CCFFE6;" value="&lt;i style=&quot;font-weight: 400;&quot;&gt;&amp;lt;&amp;lt;&lt;/i&gt;&lt;span style=&quot;font-weight: 400;&quot;&gt;enumeration&lt;/span&gt;&lt;i style=&quot;font-weight: 400;&quot;&gt;&amp;gt;&amp;gt;&lt;/i&gt;&lt;br style=&quot;font-weight: 400;&quot;&gt;&lt;i style=&quot;font-weight: 400;&quot;&gt;TissueType&lt;/i&gt;" vertex="1">
          <mxGeometry height="80" width="160" x="-480" y="80" as="geometry" />
        </mxCell>
        <mxCell id="KJ-KwieZcmjA-HbrrtZJ-63" parent="KJ-KwieZcmjA-HbrrtZJ-62" style="text;strokeColor=none;fillColor=none;align=left;verticalAlign=top;spacingLeft=4;spacingRight=4;overflow=hidden;rotatable=0;points=[[0,0.5],[1,0.5]];portConstraint=eastwest;whiteSpace=wrap;html=1;" value="SPINAL_COORD&lt;div&gt;BRAIN&lt;/div&gt;" vertex="1">
          <mxGeometry height="40" width="160" y="40" as="geometry" />
        </mxCell>
        <mxCell id="9kSy1MCf90ZuvKtcXz_z-45" edge="1" parent="WIyWlLk6GJQsqaUBKTNV-1" source="9kSy1MCf90ZuvKtcXz_z-41" style="edgeStyle=orthogonalEdgeStyle;rounded=0;orthogonalLoop=1;jettySize=auto;html=1;exitX=0.25;exitY=0;exitDx=0;exitDy=0;" target="KJ-KwieZcmjA-HbrrtZJ-62">
          <mxGeometry relative="1" as="geometry" />
        </mxCell>
        <mxCell id="9kSy1MCf90ZuvKtcXz_z-41" parent="WIyWlLk6GJQsqaUBKTNV-1" style="swimlane;fontStyle=1;align=center;verticalAlign=top;childLayout=stackLayout;horizontal=1;startSize=26;horizontalStack=0;resizeParent=1;resizeParentMax=0;resizeLast=0;collapsible=1;marginBottom=0;whiteSpace=wrap;html=1;fillColor=#CCFFE6;" value="&lt;i style=&quot;font-weight: normal;&quot;&gt;TissueSource&lt;/i&gt;" vertex="1">
          <mxGeometry height="140" width="320" x="-400" y="200" as="geometry" />
        </mxCell>
        <mxCell id="9kSy1MCf90ZuvKtcXz_z-42" parent="9kSy1MCf90ZuvKtcXz_z-41" style="text;strokeColor=none;fillColor=none;align=left;verticalAlign=top;spacingLeft=4;spacingRight=4;overflow=hidden;rotatable=0;points=[[0,0.5],[1,0.5]];portConstraint=eastwest;whiteSpace=wrap;html=1;" value="&lt;div&gt;+ mouse: str&lt;/div&gt;&lt;div&gt;+ tissue_type: TissueType&lt;/div&gt;&lt;div&gt;+ folder_path: Path = Path(&quot;data/&quot;)&lt;/div&gt;&lt;div&gt;+ alt_source: str = &quot;&quot;&lt;/div&gt;&lt;div&gt;&lt;br&gt;&lt;/div&gt;&lt;div&gt;+ source_filepath: Path&lt;/div&gt;&lt;div&gt;+ folder: Path&lt;/div&gt;" vertex="1">
          <mxGeometry height="114" width="320" y="26" as="geometry" />
        </mxCell>
        <mxCell id="9kSy1MCf90ZuvKtcXz_z-46" edge="1" parent="WIyWlLk6GJQsqaUBKTNV-1" source="KJ-KwieZcmjA-HbrrtZJ-1" style="edgeStyle=orthogonalEdgeStyle;rounded=0;orthogonalLoop=1;jettySize=auto;html=1;exitX=0;exitY=0.5;exitDx=0;exitDy=0;entryX=1;entryY=0.5;entryDx=0;entryDy=0;" target="9kSy1MCf90ZuvKtcXz_z-42">
          <mxGeometry relative="1" as="geometry" />
        </mxCell>
        <mxCell id="9kSy1MCf90ZuvKtcXz_z-47" edge="1" parent="WIyWlLk6GJQsqaUBKTNV-1" source="9kSy1MCf90ZuvKtcXz_z-17" style="edgeStyle=orthogonalEdgeStyle;rounded=0;orthogonalLoop=1;jettySize=auto;html=1;exitX=0;exitY=0.5;exitDx=0;exitDy=0;" target="9kSy1MCf90ZuvKtcXz_z-42">
          <mxGeometry relative="1" as="geometry" />
        </mxCell>
        <mxCell id="9kSy1MCf90ZuvKtcXz_z-48" parent="WIyWlLk6GJQsqaUBKTNV-1" style="text;html=1;whiteSpace=wrap;strokeColor=none;fillColor=none;align=center;verticalAlign=middle;rounded=0;fontSize=30;" value="📦" vertex="1">
          <mxGeometry height="40" width="40" x="-100" y="180" as="geometry" />
        </mxCell>
        <mxCell id="9kSy1MCf90ZuvKtcXz_z-49" parent="WIyWlLk6GJQsqaUBKTNV-1" style="text;html=1;whiteSpace=wrap;strokeColor=none;fillColor=none;align=center;verticalAlign=middle;rounded=0;fontSize=30;" value="📦" vertex="1">
          <mxGeometry height="40" width="40" x="-100" y="20" as="geometry" />
        </mxCell>
        <mxCell id="KJ-KwieZcmjA-HbrrtZJ-64" parent="WIyWlLk6GJQsqaUBKTNV-1" style="text;html=1;whiteSpace=wrap;strokeColor=none;fillColor=none;align=center;verticalAlign=middle;rounded=0;fontSize=30;" value="🧪" vertex="1">
          <mxGeometry height="40" width="40" x="-340" y="60" as="geometry" />
        </mxCell>
-         <mxCell id="9kSy1MCf90ZuvKtcXz_z-52" edge="1" parent="WIyWlLk6GJQsqaUBKTNV-1" source="9kSy1MCf90ZuvKtcXz_z-19" style="edgeStyle=orthogonalEdgeStyle;rounded=0;orthogonalLoop=1;jettySize=auto;html=1;exitX=1;exitY=0.5;exitDx=0;exitDy=0;dashed=1;entryX=0;entryY=0.5;entryDx=0;entryDy=0;" target="KJ-KwieZcmjA-HbrrtZJ-18">
+         <mxCell id="9kSy1MCf90ZuvKtcXz_z-52" edge="1" parent="WIyWlLk6GJQsqaUBKTNV-1" source="9kSy1MCf90ZuvKtcXz_z-19" style="edgeStyle=orthogonalEdgeStyle;rounded=0;orthogonalLoop=1;jettySize=auto;html=1;exitX=1;exitY=0.5;exitDx=0;exitDy=0;dashed=1;entryX=0;entryY=0.5;entryDx=0;entryDy=0;">
          <mxGeometry relative="1" as="geometry">
            <Array as="points">
              <mxPoint x="320" y="410" />
              <mxPoint x="360" y="410" />
              <mxPoint x="360" y="385" />
            </Array>
-             <mxPoint x="390" y="380" as="targetPoint" />
+             <mxPoint x="400" y="384.9999999999998" as="targetPoint" />
          </mxGeometry>
        </mxCell>
        <mxCell id="9kSy1MCf90ZuvKtcXz_z-53" edge="1" parent="WIyWlLk6GJQsqaUBKTNV-1" source="9kSy1MCf90ZuvKtcXz_z-19" style="edgeStyle=orthogonalEdgeStyle;rounded=0;orthogonalLoop=1;jettySize=auto;html=1;exitX=1;exitY=0.5;exitDx=0;exitDy=0;entryX=0;entryY=0.5;entryDx=0;entryDy=0;dashed=1;" target="zkfFHV4jXpPFQw0GAbJ--2">
          <mxGeometry relative="1" as="geometry">
            <Array as="points">
              <mxPoint x="320" y="410" />
              <mxPoint x="360" y="410" />
              <mxPoint x="360" y="265" />
            </Array>
          </mxGeometry>
        </mxCell>
-         <mxCell id="9kSy1MCf90ZuvKtcXz_z-54" edge="1" parent="WIyWlLk6GJQsqaUBKTNV-1" source="KJ-KwieZcmjA-HbrrtZJ-3" style="edgeStyle=orthogonalEdgeStyle;rounded=0;orthogonalLoop=1;jettySize=auto;html=1;exitX=1;exitY=0.5;exitDx=0;exitDy=0;entryX=0;entryY=0.5;entryDx=0;entryDy=0;dashed=1;" target="zkfFHV4jXpPFQw0GAbJ--2">
+         <mxCell id="9kSy1MCf90ZuvKtcXz_z-54" edge="1" parent="WIyWlLk6GJQsqaUBKTNV-1" source="KJ-KwieZcmjA-HbrrtZJ-3" style="edgeStyle=orthogonalEdgeStyle;rounded=0;orthogonalLoop=1;jettySize=auto;html=1;exitX=1;exitY=0.5;exitDx=0;exitDy=0;dashed=1;endArrow=none;endFill=0;">
          <mxGeometry relative="1" as="geometry">
            <Array as="points">
              <mxPoint x="320" y="250" />
              <mxPoint x="360" y="250" />
              <mxPoint x="360" y="265" />
            </Array>
-           </mxGeometry>
-         </mxCell>
-         <mxCell id="9kSy1MCf90ZuvKtcXz_z-56" edge="1" parent="WIyWlLk6GJQsqaUBKTNV-1" source="KJ-KwieZcmjA-HbrrtZJ-32" style="edgeStyle=orthogonalEdgeStyle;rounded=0;orthogonalLoop=1;jettySize=auto;html=1;exitX=1;exitY=0.5;exitDx=0;exitDy=0;entryX=0.5;entryY=1;entryDx=0;entryDy=0;dashed=1;" target="KJ-KwieZcmjA-HbrrtZJ-16">
+             <mxPoint x="360" y="265" as="targetPoint" />
+           </mxGeometry>
+         </mxCell>
+         <mxCell id="9kSy1MCf90ZuvKtcXz_z-56" edge="1" parent="WIyWlLk6GJQsqaUBKTNV-1" source="KJ-KwieZcmjA-HbrrtZJ-32" style="edgeStyle=orthogonalEdgeStyle;rounded=0;orthogonalLoop=1;jettySize=auto;html=1;exitX=1;exitY=0.5;exitDx=0;exitDy=0;dashed=1;" target="VM2PziwSYxVi0D9SSNG6-13">
          <mxGeometry relative="1" as="geometry">
            <Array as="points">
              <mxPoint x="-240" y="580" />
              <mxPoint x="-240" y="480" />
              <mxPoint x="480" y="480" />
            </Array>
-           </mxGeometry>
+             <mxPoint x="480" y="400" as="targetPoint" />
+           </mxGeometry>
+         </mxCell>
+         <mxCell id="VM2PziwSYxVi0D9SSNG6-5" parent="WIyWlLk6GJQsqaUBKTNV-1" style="swimlane;fontStyle=1;align=center;verticalAlign=top;childLayout=stackLayout;horizontal=1;startSize=26;horizontalStack=0;resizeParent=1;resizeParentMax=0;resizeLast=0;collapsible=1;marginBottom=0;whiteSpace=wrap;html=1;fillColor=#CCFFE6;" value="&lt;i style=&quot;font-weight: normal;&quot;&gt;SpinalCenterline&lt;/i&gt;" vertex="1">
+           <mxGeometry height="88" width="160" x="640" y="72" as="geometry" />
+         </mxCell>
+         <mxCell id="VM2PziwSYxVi0D9SSNG6-6" parent="VM2PziwSYxVi0D9SSNG6-5" style="text;strokeColor=none;fillColor=none;align=left;verticalAlign=top;spacingLeft=4;spacingRight=4;overflow=hidden;rotatable=0;points=[[0,0.5],[1,0.5]];portConstraint=eastwest;whiteSpace=wrap;html=1;" value="+ volume: np.ndarray&lt;div&gt;+ points: np.ndarray&lt;/div&gt;&lt;div&gt;+ metadata: Metadata&lt;/div&gt;" vertex="1">
+           <mxGeometry height="54" width="160" y="26" as="geometry" />
+         </mxCell>
+         <mxCell id="VM2PziwSYxVi0D9SSNG6-7" parent="VM2PziwSYxVi0D9SSNG6-5" style="line;strokeWidth=1;fillColor=none;align=left;verticalAlign=middle;spacingTop=-1;spacingLeft=3;spacingRight=3;rotatable=0;labelPosition=right;points=[];portConstraint=eastwest;strokeColor=inherit;" value="" vertex="1">
+           <mxGeometry height="8" width="160" y="80" as="geometry" />
+         </mxCell>
+         <mxCell id="VM2PziwSYxVi0D9SSNG6-11" edge="1" parent="WIyWlLk6GJQsqaUBKTNV-1" source="VM2PziwSYxVi0D9SSNG6-6" style="edgeStyle=orthogonalEdgeStyle;rounded=0;orthogonalLoop=1;jettySize=auto;html=1;exitX=0;exitY=0.5;exitDx=0;exitDy=0;entryX=1;entryY=0.5;entryDx=0;entryDy=0;" target="KJ-KwieZcmjA-HbrrtZJ-59">
+           <mxGeometry relative="1" as="geometry">
+             <Array as="points">
+               <mxPoint x="640" y="113" />
+             </Array>
+           </mxGeometry>
+         </mxCell>
+         <mxCell id="VM2PziwSYxVi0D9SSNG6-12" parent="WIyWlLk6GJQsqaUBKTNV-1" style="text;html=1;whiteSpace=wrap;strokeColor=none;fillColor=none;align=center;verticalAlign=middle;rounded=0;fontSize=30;" value="🧪" vertex="1">
+           <mxGeometry height="40" width="40" x="780" y="50" as="geometry" />
        </mxCell>
      </root>
    </mxGraphModel>
  </diagram>
</mxfile>
